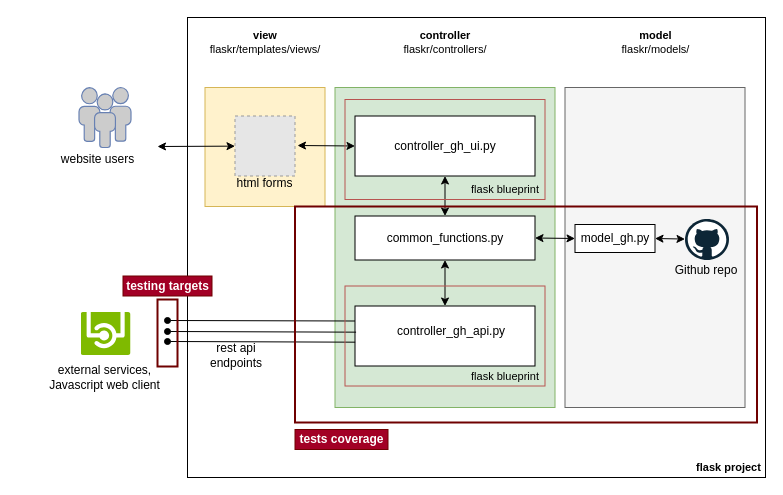
The draw.io diagram docs/diagram.drawio in datahappy1/flask_mvc_github_example_project, before the edit. Source tidied: cells renumbered, new cells numbered last; positions are measured from the earlier drawing's top-left corner, leaving out a move shared by most shapes. Both pictures are drawn from the tidied source at 100%, with x=0, y=0 at pixel (17, 17). Pictures stored in the file or linked from it are replaced by grey dashed boxes.
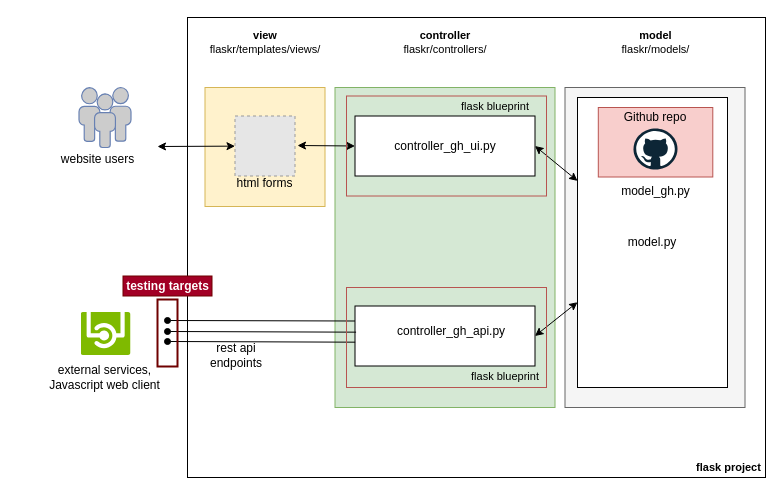
The same diagram, later.

Unchanged cells that the change refers to:
```xml
<mxCell id="7" style="rounded=0;whiteSpace=wrap;html=1;" parent="1" vertex="1">
  <mxGeometry x="337.5" y="98.5" width="180" height="60" as="geometry" />
</mxCell>
<mxCell id="8" style="rounded=0;whiteSpace=wrap;html=1;" parent="1" vertex="1">
  <mxGeometry x="337.5" y="288.5" width="180" height="60" as="geometry" />
</mxCell>
```

The edit, as a diff of the source:
```diff
@@
+    <mxCell id="5" style="rounded=0;whiteSpace=wrap;html=1;fillColor=#f5f5f5;strokeColor=#666666;fontColor=#333333;" parent="1" vertex="1">
+      <mxGeometry x="547.5" y="70" width="180" height="320" as="geometry" />
+    </mxCell>
+    <mxCell id="21" value="model.py" style="rounded=0;whiteSpace=wrap;html=1;" parent="1" vertex="1">
+      <mxGeometry x="560" y="80" width="150" height="290" as="geometry" />
+    </mxCell>
+    <mxCell id="43" value="model_gh.py" style="rounded=0;whiteSpace=wrap;html=1;labelPosition=center;verticalLabelPosition=bottom;align=center;verticalAlign=top;fillColor=#f8cecc;strokeColor=#b85450;" parent="1" vertex="1">
+      <mxGeometry x="580.8" y="90" width="114.5" height="69.5" as="geometry" />
+    </mxCell>
@@
-    <mxCell id="5" style="rounded=0;whiteSpace=wrap;html=1;fillColor=#f5f5f5;strokeColor=#666666;fontColor=#333333;" parent="1" vertex="1">
-      <mxGeometry x="547.5" y="70" width="180" height="320" as="geometry" />
-    </mxCell>
-    <mxCell id="6" style="rounded=0;whiteSpace=wrap;html=1;" parent="1" vertex="1">
-      <mxGeometry x="337.5" y="198.5" width="180" height="44" as="geometry" />
-    </mxCell>
@@
-    <mxCell id="9" style="endArrow=classic;startArrow=classic;html=1;entryX=0.5;entryY=1;entryDx=0;entryDy=0;exitX=0.5;exitY=0;exitDx=0;exitDy=0;" parent="1" edge="1" source="8" target="6">
+    <mxCell id="9" style="endArrow=classic;startArrow=classic;html=1;exitX=1;exitY=0.5;exitDx=0;exitDy=0;" parent="1" edge="1" source="8" target="21">
       <mxGeometry relative="1" as="geometry" />
     </mxCell>
-    <mxCell id="10" style="endArrow=classic;startArrow=classic;html=1;exitX=1;exitY=0.5;exitDx=0;exitDy=0;entryX=0;entryY=0.5;entryDx=0;entryDy=0;" parent="1" edge="1" source="6" target="21">
-      <mxGeometry relative="1" as="geometry" />
-    </mxCell>
@@
-    <mxCell id="15" value="common_functions.py" style="text;html=1;strokeColor=none;fillColor=none;align=center;verticalAlign=middle;whiteSpace=wrap;rounded=0;" parent="1" vertex="1">
-      <mxGeometry x="407.5" y="210.5" width="40" height="20" as="geometry" />
-    </mxCell>
@@
-    <mxCell id="17" style="endArrow=classic;startArrow=classic;html=1;entryX=0.5;entryY=1;entryDx=0;entryDy=0;exitX=0.5;exitY=0;exitDx=0;exitDy=0;" parent="1" edge="1" source="6" target="7">
+    <mxCell id="17" style="endArrow=classic;startArrow=classic;html=1;entryX=1;entryY=0.5;entryDx=0;entryDy=0;" parent="1" edge="1" source="21" target="7">
       <mxGeometry relative="1" as="geometry" />
     </mxCell>
@@
-    <mxCell id="21" value="model_gh.py" style="rounded=0;whiteSpace=wrap;html=1;" parent="1" vertex="1">
-      <mxGeometry x="557.5" y="207" width="80" height="28" as="geometry" />
-    </mxCell>
@@
-    <mxCell id="24" style="endArrow=classic;startArrow=classic;html=1;exitX=1;exitY=0.5;exitDx=0;exitDy=0;" parent="1" edge="1" source="21" target="30">
-      <mxGeometry relative="1" as="geometry" />
-    </mxCell>
@@
     <mxCell id="30" style="dashed=0;outlineConnect=0;html=1;align=center;labelPosition=center;verticalLabelPosition=bottom;verticalAlign=top;shape=mxgraph.weblogos.github;" parent="1" vertex="1">
-      <mxGeometry x="667.5" y="201.5" width="44" height="41" as="geometry" />
+      <mxGeometry x="616" y="111" width="44" height="41" as="geometry" />
     </mxCell>
@@
     <mxCell id="32" style="rounded=0;whiteSpace=wrap;html=1;fontSize=11;align=left;fillColor=none;strokeColor=#b85450;" parent="1" vertex="1">
-      <mxGeometry x="327.5" y="268.5" width="200" height="100" as="geometry" />
+      <mxGeometry x="329" y="270" width="200" height="100" as="geometry" />
     </mxCell>
     <mxCell id="33" value="flask blueprint&lt;br&gt;" style="text;html=1;strokeColor=none;fillColor=none;align=center;verticalAlign=middle;whiteSpace=wrap;rounded=0;fontSize=11;" parent="1" vertex="1">
-      <mxGeometry x="447.5" y="162" width="80" height="20" as="geometry" />
+      <mxGeometry x="437.5" y="78.5" width="80" height="20" as="geometry" />
     </mxCell>
     <mxCell id="34" value="Github repo&lt;br&gt;" style="text;html=1;strokeColor=none;fillColor=none;align=center;verticalAlign=middle;whiteSpace=wrap;rounded=0;" parent="1" vertex="1">
-      <mxGeometry x="648.5" y="242.5" width="80" height="20" as="geometry" />
+      <mxGeometry x="598" y="90" width="80" height="20" as="geometry" />
     </mxCell>
@@
-    <mxCell id="40" value="tests coverage" style="text;html=1;strokeColor=#6F0000;fillColor=#a20025;align=center;verticalAlign=middle;whiteSpace=wrap;rounded=0;fontStyle=1;fontColor=#ffffff;" parent="1" vertex="1">
-      <mxGeometry x="277.5" y="412" width="93" height="20" as="geometry" />
-    </mxCell>
-    <mxCell id="41" style="rounded=0;whiteSpace=wrap;html=1;fontSize=11;align=left;fillColor=none;strokeColor=#b85450;" parent="1" vertex="1">
-      <mxGeometry x="327.5" y="82" width="200" height="100" as="geometry" />
+    <mxCell id="41" style="rounded=0;whiteSpace=wrap;html=1;fontSize=11;align=center;fillColor=none;strokeColor=#b85450;labelPosition=center;verticalLabelPosition=top;verticalAlign=bottom;" parent="1" vertex="1">
+      <mxGeometry x="329" y="78.5" width="200" height="100" as="geometry" />
     </mxCell>
-    <mxCell id="42" style="rounded=0;whiteSpace=wrap;html=1;fillColor=none;strokeColor=#6F0000;fontColor=#ffffff;strokeWidth=2;" parent="1" vertex="1">
-      <mxGeometry x="277.5" y="189" width="462" height="216" as="geometry" />
-    </mxCell>
```
